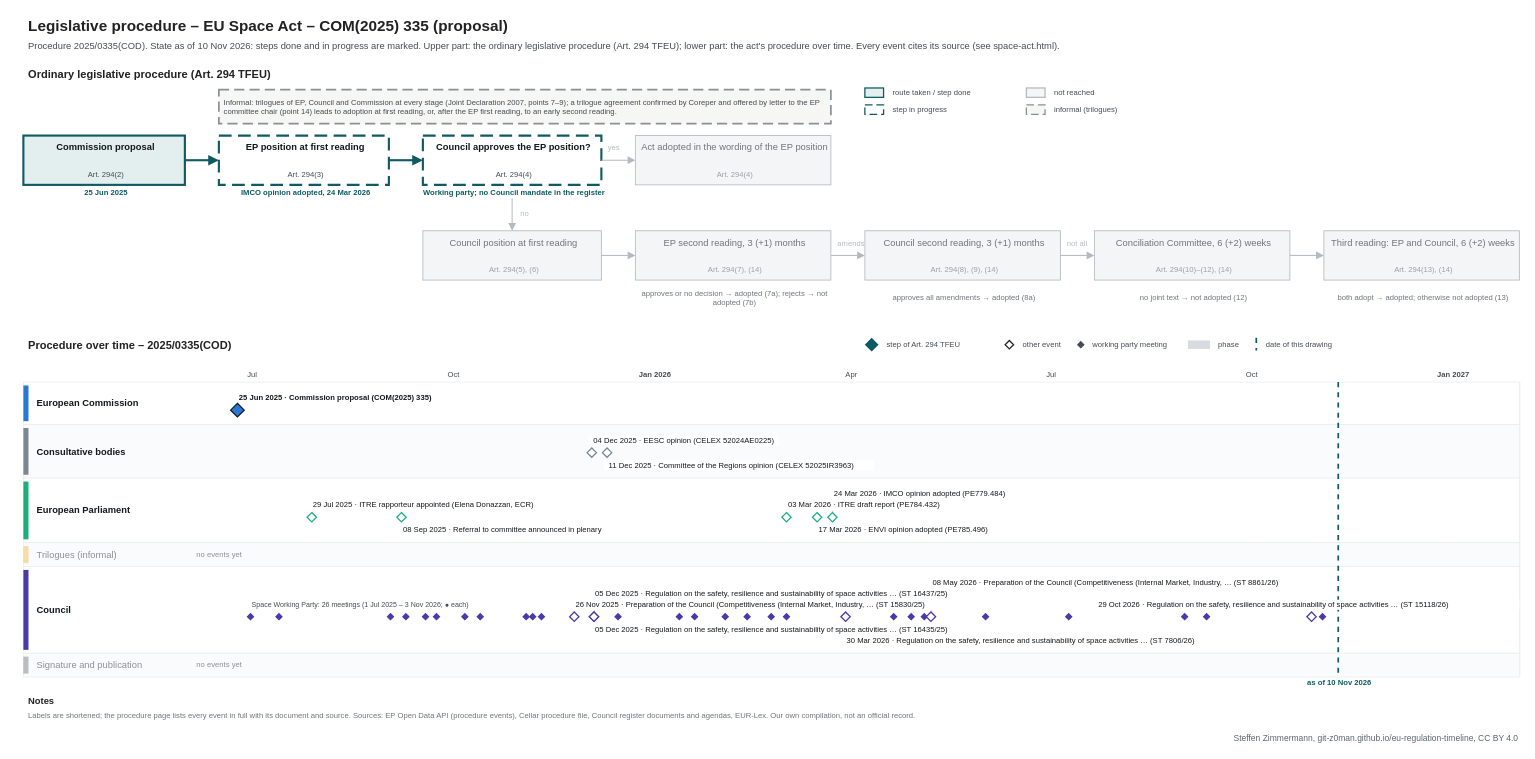
Earlier version of the draw.io diagram procedures/space-act.drawio (git-z0man/eu-regulation-timeline). Source tidied: cells renumbered, new cells numbered last; positions are measured from the earlier drawing's top-left corner, leaving out a move shared by most shapes. Both pictures are drawn from the tidied source at 85%, with x=0, y=0 at pixel (14, 14).
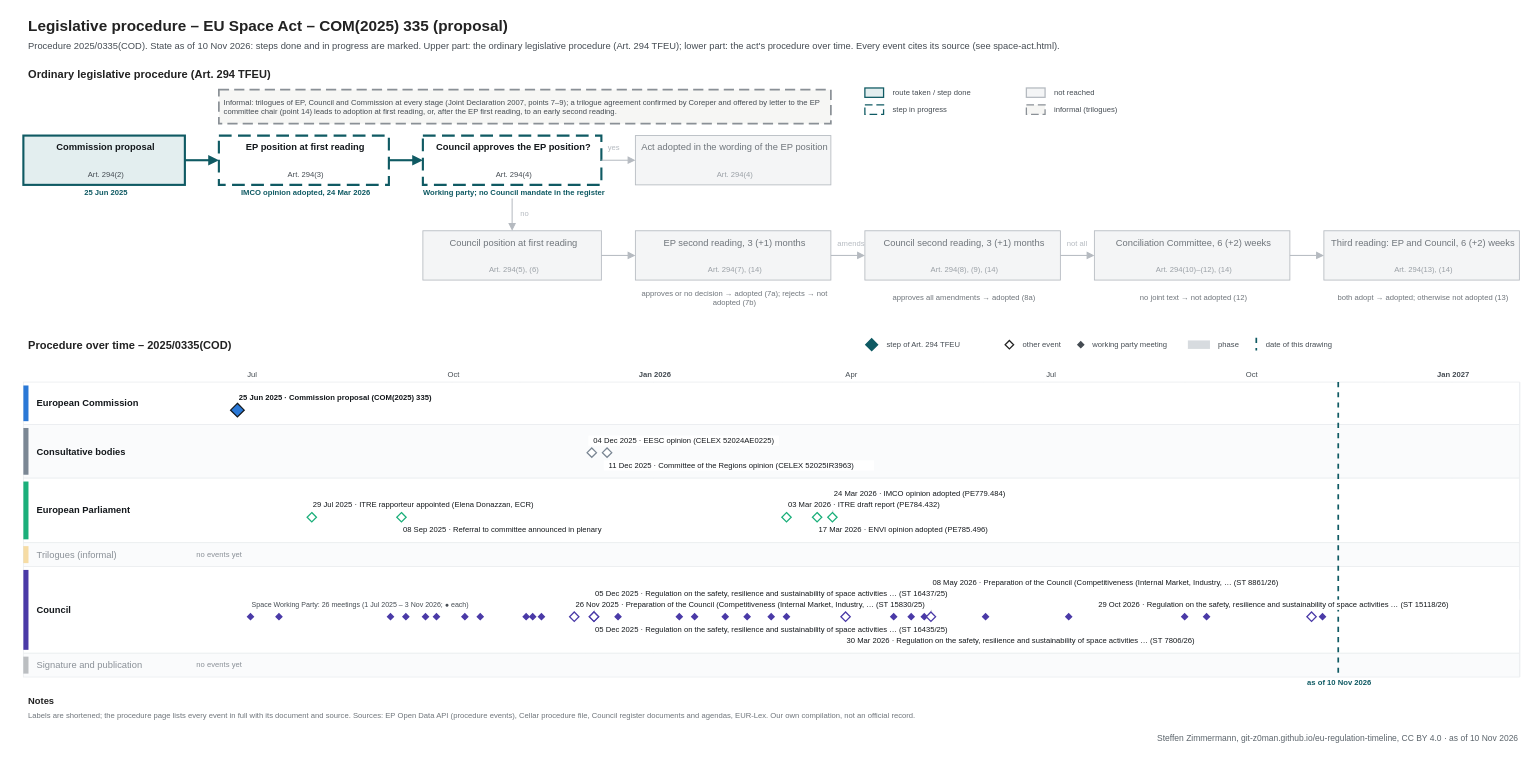
The same page after the edit.

What changed in the source:
```diff
@@
-    <mxCell id="183" value="Steffen Zimmermann, git-z0man.github.io/eu-regulation-timeline, CC BY 4.0" style="text;html=1;fontSize=10;fontColor=#5b646b;align=right;verticalAlign=middle;spacingLeft=4;" parent="1" vertex="1">
+    <mxCell id="183" value="Steffen Zimmermann, git-z0man.github.io/eu-regulation-timeline, CC BY 4.0 · as of 10 Nov 2026" style="text;html=1;fontSize=10;fontColor=#5b646b;align=right;verticalAlign=middle;spacingLeft=4;" parent="1" vertex="1">
       <mxGeometry x="10" y="843" width="1760" height="16" as="geometry" />
     </mxCell>
```
